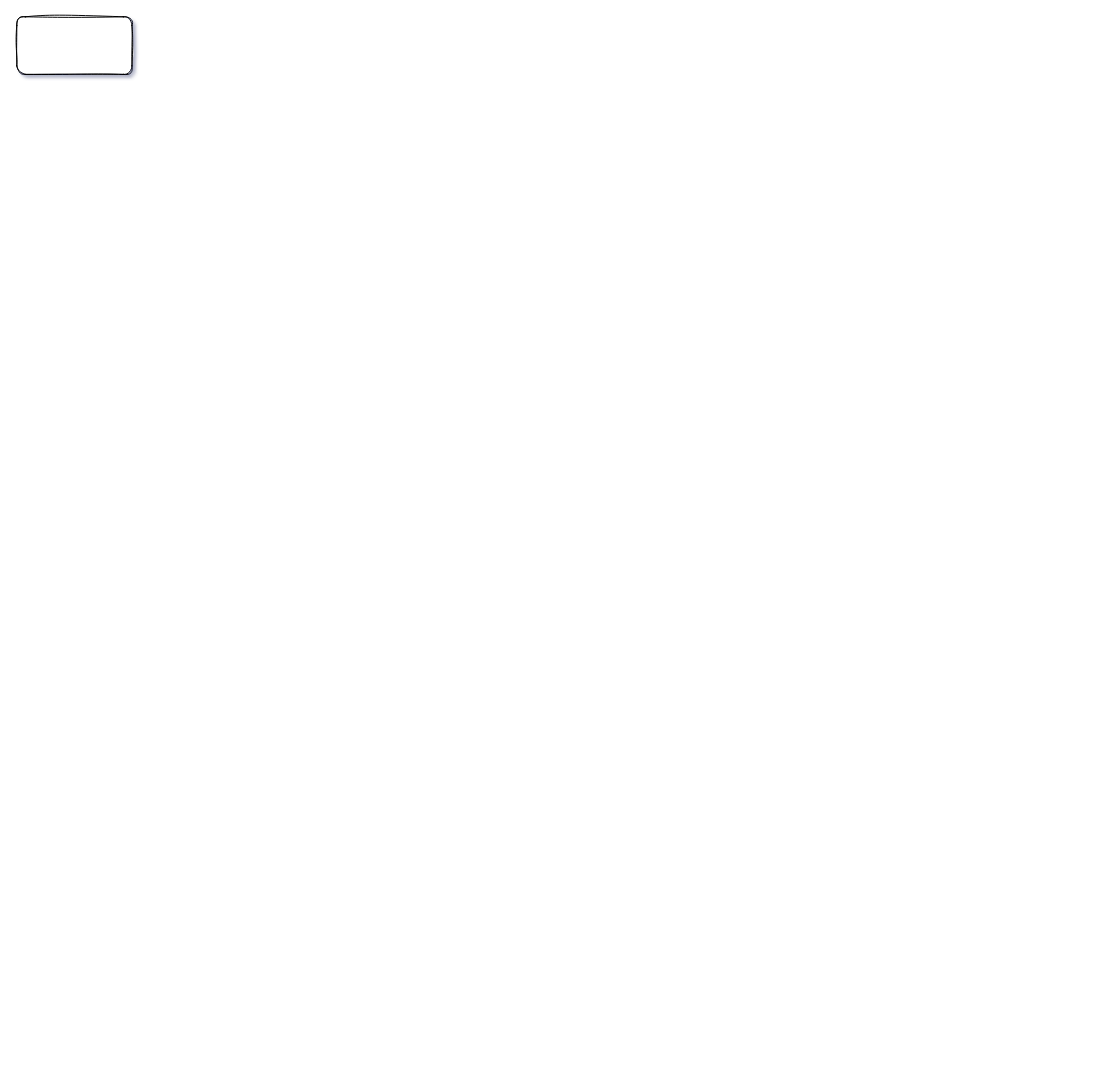
The draw.io diagram Untitled Diagram.drawio in sunday2333/resources, before the edit. Source tidied: cells renumbered, new cells numbered last; positions are measured from the earlier drawing's top-left corner, leaving out a move shared by most shapes. Both pictures are drawn from the tidied source at 96%, with x=0, y=0 at pixel (16, 16).
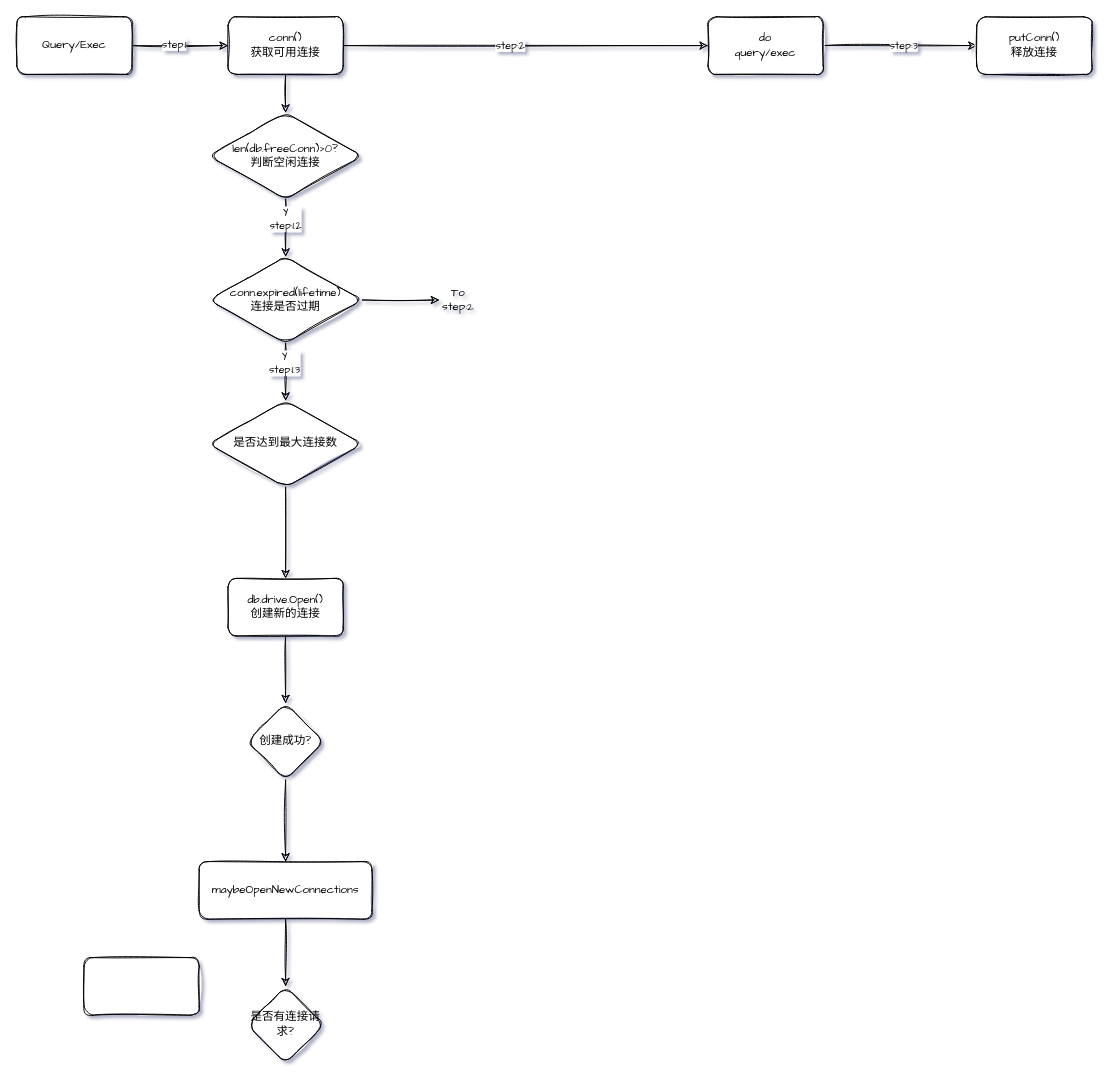
Above is the later version.

What changed in the source:
```diff
@@
+    <mxCell id="3" style="edgeStyle=orthogonalEdgeStyle;rounded=0;sketch=1;jettySize=auto;html=1;fontFamily=Comic Sans MS;" parent="1" edge="1" source="2" target="8">
+      <mxGeometry relative="1" as="geometry" />
+    </mxCell>
+    <mxCell id="4" value="step:1" style="edgeLabel;html=1;align=center;verticalAlign=middle;fontFamily=Comic Sans MS;rounded=1;" parent="3" vertex="1">
+      <mxGeometry x="-0.14" y="2" relative="1" as="geometry" />
+    </mxCell>
-    <mxCell id="2" style="rounded=1;whiteSpace=wrap;html=1;sketch=1;" parent="1" vertex="1">
+    <mxCell id="2" value="Query/Exec" style="whiteSpace=wrap;html=1;sketch=1;fontFamily=Comic Sans MS;rounded=1;" parent="1" vertex="1">
       <mxGeometry width="120" height="60" as="geometry" />
     </mxCell>
+    <mxCell id="5" style="edgeStyle=orthogonalEdgeStyle;rounded=0;sketch=1;jettySize=auto;html=1;fontFamily=Comic Sans MS;" parent="1" edge="1" source="8" target="11">
+      <mxGeometry relative="1" as="geometry" />
+    </mxCell>
+    <mxCell id="6" value="step:2" style="edgeLabel;html=1;align=center;verticalAlign=middle;fontFamily=Comic Sans MS;rounded=1;" parent="5" vertex="1">
+      <mxGeometry x="-0.09" y="1" relative="1" as="geometry" />
+    </mxCell>
+    <mxCell id="7" style="edgeStyle=orthogonalEdgeStyle;rounded=0;sketch=1;jettySize=auto;html=1;fontFamily=Comic Sans MS;" parent="1" edge="1" source="8" target="15">
+      <mxGeometry relative="1" as="geometry" />
+    </mxCell>
+    <mxCell id="8" value="conn()&lt;br&gt;获取可用连接" style="whiteSpace=wrap;html=1;sketch=1;fontFamily=Comic Sans MS;rounded=1;" parent="1" vertex="1">
+      <mxGeometry x="220" width="120" height="60" as="geometry" />
+    </mxCell>
+    <mxCell id="9" style="edgeStyle=orthogonalEdgeStyle;rounded=0;sketch=1;jettySize=auto;html=1;fontFamily=Comic Sans MS;" parent="1" edge="1" source="11" target="12">
+      <mxGeometry relative="1" as="geometry" />
+    </mxCell>
+    <mxCell id="10" value="step:3" style="edgeLabel;html=1;align=center;verticalAlign=middle;fontFamily=Comic Sans MS;rounded=1;" parent="9" vertex="1">
+      <mxGeometry x="0.04" y="1" relative="1" as="geometry" />
+    </mxCell>
+    <mxCell id="11" value="do&lt;br&gt;query/exec" style="whiteSpace=wrap;html=1;sketch=1;fontFamily=Comic Sans MS;rounded=1;" parent="1" vertex="1">
+      <mxGeometry x="720" width="120" height="60" as="geometry" />
+    </mxCell>
+    <mxCell id="12" value="putConn()&lt;br&gt;释放连接" style="whiteSpace=wrap;html=1;sketch=1;fontFamily=Comic Sans MS;rounded=1;" parent="1" vertex="1">
+      <mxGeometry x="1000" width="120" height="60" as="geometry" />
+    </mxCell>
+    <mxCell id="13" style="edgeStyle=orthogonalEdgeStyle;rounded=0;sketch=1;jettySize=auto;html=1;fontFamily=Comic Sans MS;" parent="1" edge="1" source="15" target="19">
+      <mxGeometry relative="1" as="geometry" />
+    </mxCell>
+    <mxCell id="14" value="Y&lt;br&gt;step:1.2" style="edgeLabel;html=1;align=center;verticalAlign=middle;fontFamily=Comic Sans MS;" parent="13" vertex="1">
+      <mxGeometry x="-0.35" y="-1" relative="1" as="geometry" />
+    </mxCell>
+    <mxCell id="15" value="len(db.freeConn)&amp;gt;0?&lt;br&gt;判断空闲连接" style="rhombus;whiteSpace=wrap;html=1;fontFamily=Comic Sans MS;sketch=1;rounded=1;" parent="1" vertex="1">
+      <mxGeometry x="200" y="100" width="160" height="90" as="geometry" />
+    </mxCell>
+    <mxCell id="16" style="edgeStyle=orthogonalEdgeStyle;rounded=0;sketch=1;jettySize=auto;html=1;exitX=1;exitY=0.5;exitDx=0;exitDy=0;entryX=0;entryY=0.5;entryDx=0;entryDy=0;fontFamily=Comic Sans MS;" parent="1" edge="1" source="19" target="20">
+      <mxGeometry relative="1" as="geometry" />
+    </mxCell>
+    <mxCell id="17" style="edgeStyle=orthogonalEdgeStyle;rounded=0;sketch=1;jettySize=auto;html=1;fontFamily=Comic Sans MS;" parent="1" edge="1" source="19" target="22">
+      <mxGeometry relative="1" as="geometry" />
+    </mxCell>
+    <mxCell id="18" value="Y&lt;br&gt;step:1.3" style="edgeLabel;html=1;align=center;verticalAlign=middle;fontFamily=Comic Sans MS;" parent="17" vertex="1">
+      <mxGeometry x="-0.33" y="-2" relative="1" as="geometry" />
+    </mxCell>
+    <mxCell id="19" value="conn.expired(lifetime)&lt;br&gt;连接是否过期" style="rhombus;whiteSpace=wrap;html=1;fontFamily=Comic Sans MS;sketch=1;rounded=1;" parent="1" vertex="1">
+      <mxGeometry x="200" y="250" width="160" height="90" as="geometry" />
+    </mxCell>
+    <mxCell id="20" value="To&lt;br&gt;step:2" style="text;html=1;strokeColor=none;fillColor=none;align=center;verticalAlign=middle;whiteSpace=wrap;rounded=0;sketch=1;fontFamily=Comic Sans MS;" parent="1" vertex="1">
+      <mxGeometry x="440" y="285" width="40" height="20" as="geometry" />
+    </mxCell>
+    <mxCell id="21" style="edgeStyle=orthogonalEdgeStyle;rounded=0;sketch=1;jettySize=auto;html=1;fontFamily=Comic Sans MS;" parent="1" edge="1" source="22" target="24">
+      <mxGeometry relative="1" as="geometry" />
+    </mxCell>
+    <mxCell id="22" value="是否达到最大连接数" style="rhombus;whiteSpace=wrap;html=1;fontFamily=Comic Sans MS;sketch=1;rounded=1;" parent="1" vertex="1">
+      <mxGeometry x="200" y="400" width="160" height="90" as="geometry" />
+    </mxCell>
+    <mxCell id="23" style="edgeStyle=orthogonalEdgeStyle;rounded=0;sketch=1;jettySize=auto;html=1;fontFamily=Comic Sans MS;" parent="1" edge="1" source="24" target="26">
+      <mxGeometry relative="1" as="geometry" />
+    </mxCell>
+    <mxCell id="24" value="db.drive.Open()&lt;br&gt;创建新的连接" style="whiteSpace=wrap;html=1;rounded=1;fontFamily=Comic Sans MS;sketch=1;" parent="1" vertex="1">
+      <mxGeometry x="220" y="585" width="120" height="60" as="geometry" />
+    </mxCell>
+    <mxCell id="25" style="edgeStyle=orthogonalEdgeStyle;rounded=0;sketch=1;jettySize=auto;html=1;fontFamily=Comic Sans MS;" parent="1" edge="1" source="26" target="28">
+      <mxGeometry relative="1" as="geometry" />
+    </mxCell>
+    <mxCell id="26" value="创建成功?" style="rhombus;whiteSpace=wrap;html=1;rounded=1;fontFamily=Comic Sans MS;sketch=1;" parent="1" vertex="1">
+      <mxGeometry x="240" y="715" width="80" height="80" as="geometry" />
+    </mxCell>
+    <mxCell id="27" style="edgeStyle=orthogonalEdgeStyle;rounded=0;sketch=1;jettySize=auto;html=1;fontFamily=Comic Sans MS;" parent="1" edge="1" source="28" target="29">
+      <mxGeometry relative="1" as="geometry" />
+    </mxCell>
+    <mxCell id="28" value="maybeOpenNewConnections" style="whiteSpace=wrap;html=1;rounded=1;fontFamily=Comic Sans MS;sketch=1;" parent="1" vertex="1">
+      <mxGeometry x="190" y="880" width="180" height="60" as="geometry" />
+    </mxCell>
+    <mxCell id="29" value="是否有连接请求?" style="rhombus;whiteSpace=wrap;html=1;rounded=1;fontFamily=Comic Sans MS;sketch=1;" parent="1" vertex="1">
+      <mxGeometry x="240" y="1010" width="80" height="80" as="geometry" />
+    </mxCell>
+    <mxCell id="30" style="rounded=1;whiteSpace=wrap;html=1;sketch=1;gradientColor=none;fontFamily=Comic Sans MS;" parent="1" vertex="1">
+      <mxGeometry x="70" y="980" width="120" height="60" as="geometry" />
+    </mxCell>
```
